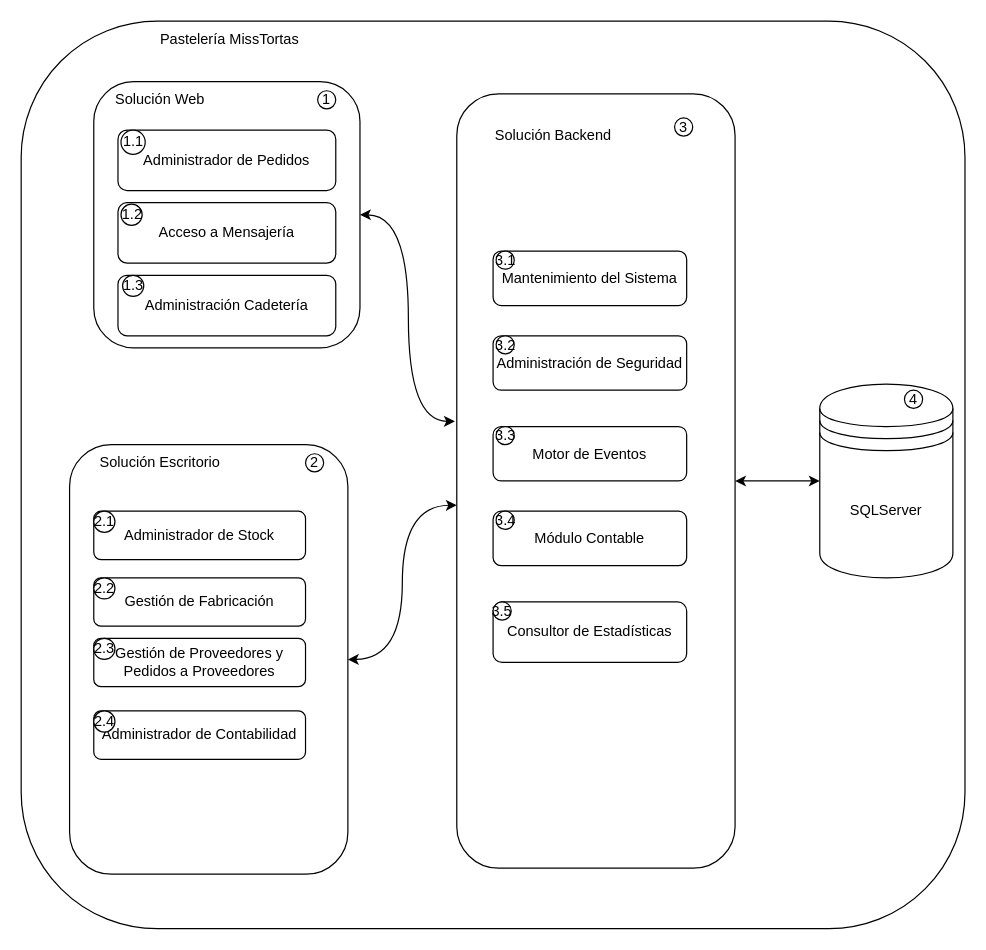
Before: propuesta/Procesos/Solucion.drawio in elelouch/TrabajoFinalAUS, a draw.io diagram. Source tidied: cells renumbered, new cells numbered last; positions are measured from the earlier drawing's top-left corner, leaving out a move shared by most shapes. Both pictures are drawn from the tidied source at 121%, with x=0, y=0 at pixel (21, 21).
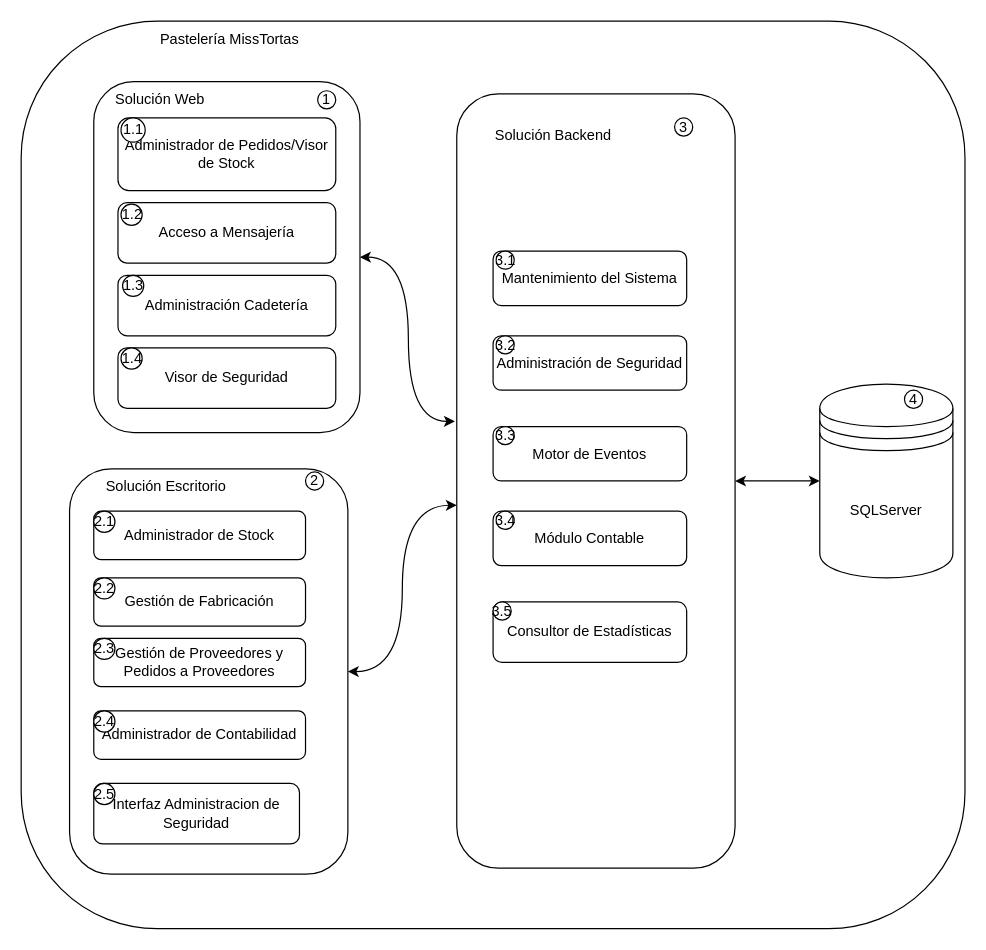
After the change.

The change refers to these unchanged cells:
```xml
<mxCell id="5" style="rounded=1;whiteSpace=wrap;html=1;" parent="1" vertex="1">
  <mxGeometry x="360" y="60" width="230" height="640" as="geometry" />
</mxCell>
```

What changed in the source:
```diff
@@
     <mxCell id="3" style="rounded=1;whiteSpace=wrap;html=1;" parent="1" vertex="1">
-      <mxGeometry x="60" y="50" width="220" height="220" as="geometry" />
+      <mxGeometry x="60" y="50" width="220" height="290" as="geometry" />
     </mxCell>
@@
     <mxCell id="6" style="rounded=1;whiteSpace=wrap;html=1;" parent="1" vertex="1">
-      <mxGeometry x="40" y="350" width="230" height="355" as="geometry" />
+      <mxGeometry x="40" y="370" width="230" height="335" as="geometry" />
     </mxCell>
@@
     <mxCell id="8" style="edgeStyle=orthogonalEdgeStyle;rounded=0;jettySize=auto;html=1;exitX=1;exitY=0.5;exitDx=0;exitDy=0;entryX=-0.007;entryY=0.423;entryDx=0;entryDy=0;entryPerimeter=0;curved=1;startArrow=classic;startFill=1;" parent="1" edge="1" source="3" target="5">
       <mxGeometry relative="1" as="geometry">
         <Array as="points">
-          <mxPoint x="320" y="160" />
+          <mxPoint x="320" y="195" />
           <mxPoint x="320" y="331" />
         </Array>
       </mxGeometry>
     </mxCell>
@@
-    <mxCell id="10" value="Administrador de Pedidos" style="rounded=1;whiteSpace=wrap;html=1;" parent="1" vertex="1">
-      <mxGeometry x="80" y="90" width="180" height="50" as="geometry" />
+    <mxCell id="10" value="Administrador de Pedidos/Visor de Stock" style="rounded=1;whiteSpace=wrap;html=1;" parent="1" vertex="1">
+      <mxGeometry x="80" y="80" width="180" height="60" as="geometry" />
     </mxCell>
@@
     <mxCell id="14" value="Solución Escritorio" style="text;strokeColor=none;align=center;fillColor=none;html=1;verticalAlign=middle;whiteSpace=wrap;rounded=0;" parent="1" vertex="1">
-      <mxGeometry x="55" y="350" width="120" height="30" as="geometry" />
+      <mxGeometry x="60" y="370" width="120" height="30" as="geometry" />
     </mxCell>
@@
     <mxCell id="26" value="2" style="ellipse;whiteSpace=wrap;html=1;" parent="1" vertex="1">
-      <mxGeometry x="235" y="357.5" width="15" height="15" as="geometry" />
+      <mxGeometry x="235" y="372.5" width="15" height="15" as="geometry" />
     </mxCell>
@@
     <mxCell id="30" value="1.1" style="ellipse;whiteSpace=wrap;html=1;" parent="1" vertex="1">
-      <mxGeometry x="82.5" y="90" width="20" height="20" as="geometry" />
+      <mxGeometry x="82.5" y="80" width="20" height="20" as="geometry" />
     </mxCell>
@@
+    <mxCell id="42" value="Interfaz Administracion de Seguridad" style="rounded=1;whiteSpace=wrap;html=1;" parent="1" vertex="1">
+      <mxGeometry x="60" y="630" width="170" height="50" as="geometry" />
+    </mxCell>
+    <mxCell id="43" value="2.5" style="ellipse;whiteSpace=wrap;html=1;" parent="1" vertex="1">
+      <mxGeometry x="60" y="630" width="17.5" height="17.5" as="geometry" />
+    </mxCell>
+    <mxCell id="44" value="Visor de Seguridad" style="rounded=1;whiteSpace=wrap;html=1;" parent="1" vertex="1">
+      <mxGeometry x="80" y="270" width="180" height="50" as="geometry" />
+    </mxCell>
+    <mxCell id="45" value="1.4" style="ellipse;whiteSpace=wrap;html=1;" parent="1" vertex="1">
+      <mxGeometry x="82.5" y="270" width="17.5" height="17.5" as="geometry" />
+    </mxCell>
```
